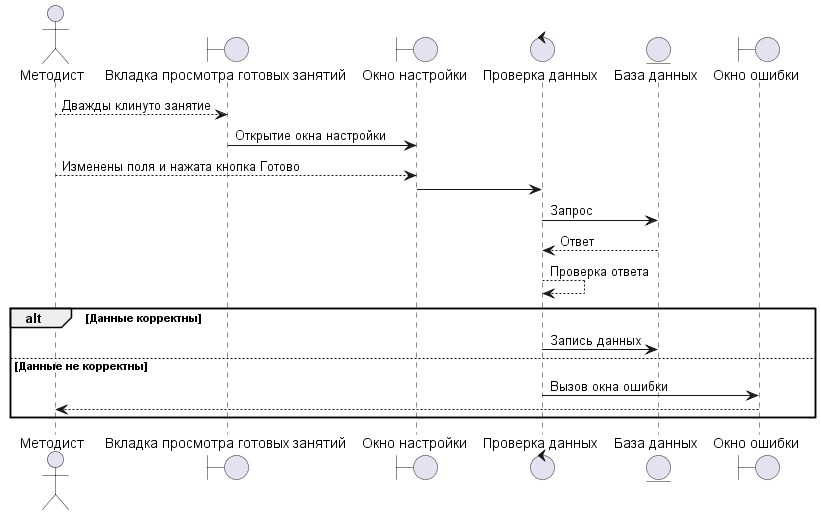
Earlier version of the PlantUML export UML/out/Posledovatelnosty/PoIspravlenieZanyatia/PoIspravlenieZanyatia.wsd.png (Undetaker45/MDKP). Its diagram source:
```plantuml
@startuml PoIspravlenieZanyatia.wsd

actor "Методист" as pl

boundary "Вкладка просмотра готовых занятий" as bo
boundary "Окно настройки" as bo1

control "Проверка данных" as co1

entity "База данных" as en

boundary "Окно ошибки" as err

pl --> bo : Дважды клинуто занятие

bo -> bo1 : Открытие окна настройки

pl --> bo1 : Изменены поля и нажата кнопка Готово

bo1 -> co1

co1 -> en : Запрос

en --> co1 : Ответ

co1 --> co1 : Проверка ответа

alt Данные корректны

co1 -> en : Запись данных

else Данные не корректны

co1 -> err : Вызов окна ошибки

err --> pl

end

@enduml
```
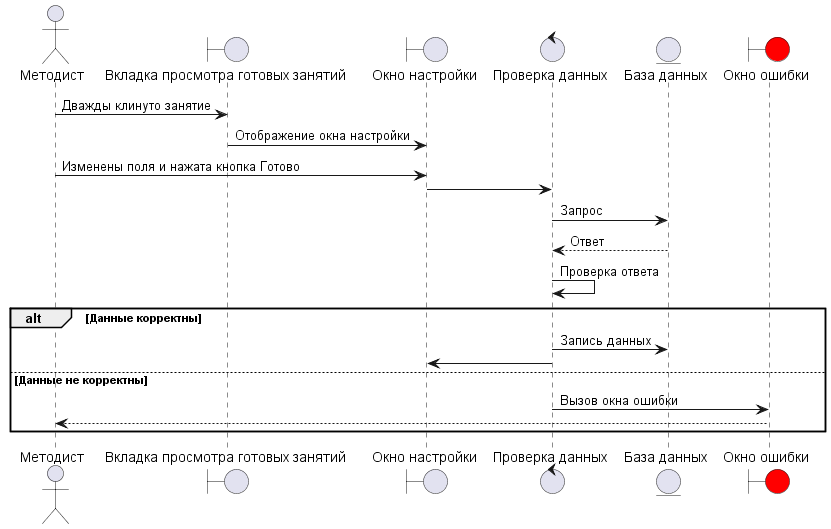
The same file after the commit.

The edit, as a diff of the source:
```diff
@@ -9,13 +9,13 @@
 
 entity "База данных" as en
 
-boundary "Окно ошибки" as err
+boundary "Окно ошибки" as err #Red
 
-pl --> bo : Дважды клинуто занятие
+pl -> bo : Дважды клинуто занятие
 
-bo -> bo1 : Открытие окна настройки
+bo -> bo1 : Отображение окна настройки
 
-pl --> bo1 : Изменены поля и нажата кнопка Готово
+pl -> bo1 : Изменены поля и нажата кнопка Готово
 
 bo1 -> co1
 
@@ -23,11 +23,13 @@
 
 en --> co1 : Ответ
 
-co1 --> co1 : Проверка ответа
+co1 -> co1 : Проверка ответа
 
 alt Данные корректны
 
 co1 -> en : Запись данных
+
+co1 -> bo1
 
 else Данные не корректны
 
```
